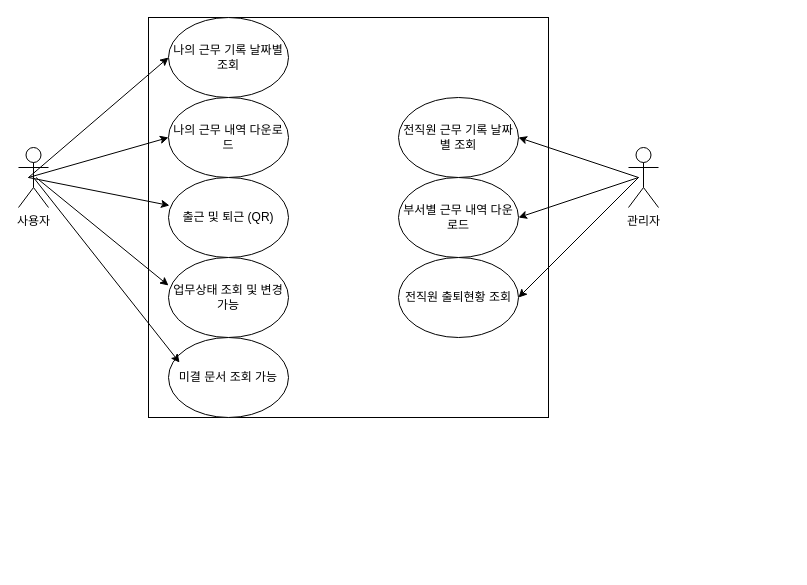
jungtaewoo/psychic-memory keeps this draw.io diagram as 제목 없는 다이어그램.drawio. Above is the earlier version. Source tidied: cells renumbered, new cells numbered last; positions are measured from the earlier drawing's top-left corner, leaving out a move shared by most shapes. Both pictures are drawn from the tidied source at 100%, with x=0, y=0 at pixel (18, 17).
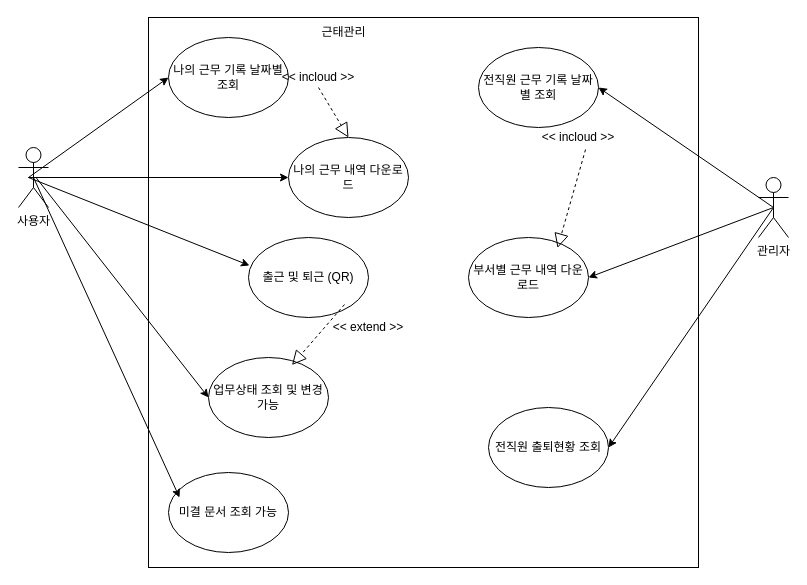
The same diagram, later.

Commit message (it also covers changes not shown here):
제목 없는 다이어그램.drawio 업데이트

The edit, as a diff of the source:
```diff
@@
     <mxCell id="3" style="whiteSpace=wrap;html=1;" parent="1" vertex="1">
-      <mxGeometry x="130" width="400" height="400" as="geometry" />
+      <mxGeometry x="130" width="550" height="550" as="geometry" />
     </mxCell>
     <mxCell id="4" value="나의 근무 기록 날짜별 조회" style="ellipse;whiteSpace=wrap;html=1;" parent="1" vertex="1">
-      <mxGeometry x="150" width="120" height="80" as="geometry" />
+      <mxGeometry x="150" y="20" width="120" height="80" as="geometry" />
     </mxCell>
     <mxCell id="5" value="나의 근무 내역 다운로드" style="ellipse;whiteSpace=wrap;html=1;" parent="1" vertex="1">
-      <mxGeometry x="150" y="80" width="120" height="80" as="geometry" />
+      <mxGeometry x="270" y="120" width="120" height="80" as="geometry" />
     </mxCell>
     <mxCell id="6" value="출근 및 퇴근 (QR)" style="ellipse;whiteSpace=wrap;html=1;" parent="1" vertex="1">
-      <mxGeometry x="150" y="160" width="120" height="80" as="geometry" />
+      <mxGeometry x="230" y="220" width="120" height="80" as="geometry" />
     </mxCell>
     <mxCell id="7" value="업무상태 조회 및 변경 가능" style="ellipse;whiteSpace=wrap;html=1;" parent="1" vertex="1">
-      <mxGeometry x="150" y="240" width="120" height="80" as="geometry" />
+      <mxGeometry x="190" y="340" width="120" height="80" as="geometry" />
     </mxCell>
     <mxCell id="8" value="미결 문서 조회 가능" style="ellipse;whiteSpace=wrap;html=1;" parent="1" vertex="1">
-      <mxGeometry x="150" y="320" width="120" height="80" as="geometry" />
+      <mxGeometry x="150" y="455" width="120" height="80" as="geometry" />
     </mxCell>
@@
-    <mxCell id="10" style="endArrow=classic;html=1;rounded=0;entryX=0.021;entryY=0.35;entryDx=0;entryDy=0;entryPerimeter=0;" parent="1" edge="1">
+    <mxCell id="10" style="endArrow=classic;html=1;rounded=0;entryX=0;entryY=0.5;entryDx=0;entryDy=0;" parent="1" edge="1" target="7">
       <mxGeometry relative="1" as="geometry">
         <mxPoint x="17.5" y="160" as="sourcePoint" />
-        <mxPoint x="150" y="268" as="targetPoint" />
         <Array as="points">
           <mxPoint x="17.5" y="160" />
         </Array>
       </mxGeometry>
     </mxCell>
@@
     <mxCell id="14" value="관리자" style="shape=umlActor;verticalLabelPosition=bottom;verticalAlign=top;html=1;outlineConnect=0;" parent="1" vertex="1">
-      <mxGeometry x="610" y="130" width="30" height="60" as="geometry" />
+      <mxGeometry x="740" y="160" width="30" height="60" as="geometry" />
     </mxCell>
     <mxCell id="15" value="전직원 근무 기록 날짜별 조회" style="ellipse;whiteSpace=wrap;html=1;" parent="1" vertex="1">
-      <mxGeometry x="380" y="80" width="120" height="80" as="geometry" />
+      <mxGeometry x="460" y="30" width="120" height="80" as="geometry" />
     </mxCell>
     <mxCell id="16" value="부서별 근무 내역 다운로드" style="ellipse;whiteSpace=wrap;html=1;" parent="1" vertex="1">
-      <mxGeometry x="380" y="160" width="120" height="80" as="geometry" />
+      <mxGeometry x="450" y="220" width="120" height="80" as="geometry" />
     </mxCell>
     <mxCell id="17" value="전직원 출퇴현황 조회" style="ellipse;whiteSpace=wrap;html=1;" parent="1" vertex="1">
-      <mxGeometry x="380" y="240" width="120" height="80" as="geometry" />
+      <mxGeometry x="470" y="390" width="120" height="80" as="geometry" />
     </mxCell>
-    <mxCell id="18" style="endArrow=classic;html=1;rounded=0;entryX=1;entryY=0.5;entryDx=0;entryDy=0;" parent="1" edge="1" target="17">
-      <mxGeometry relative="1" as="geometry">
-        <mxPoint x="620" y="160" as="sourcePoint" />
-      </mxGeometry>
+    <mxCell id="18" style="endArrow=classic;html=1;rounded=0;entryX=1;entryY=0.5;entryDx=0;entryDy=0;exitX=0.5;exitY=0.5;exitDx=0;exitDy=0;exitPerimeter=0;" parent="1" edge="1" source="14" target="17">
+      <mxGeometry relative="1" as="geometry" />
     </mxCell>
-    <mxCell id="19" style="endArrow=classic;html=1;rounded=0;entryX=1;entryY=0.5;entryDx=0;entryDy=0;" parent="1" edge="1" target="16">
-      <mxGeometry relative="1" as="geometry">
-        <mxPoint x="620" y="160" as="sourcePoint" />
-      </mxGeometry>
+    <mxCell id="19" style="endArrow=classic;html=1;rounded=0;entryX=1;entryY=0.5;entryDx=0;entryDy=0;exitX=0.5;exitY=0.5;exitDx=0;exitDy=0;exitPerimeter=0;" parent="1" edge="1" source="14" target="16">
+      <mxGeometry relative="1" as="geometry" />
     </mxCell>
-    <mxCell id="20" style="endArrow=classic;html=1;rounded=0;entryX=1;entryY=0.5;entryDx=0;entryDy=0;" parent="1" edge="1" target="15">
-      <mxGeometry relative="1" as="geometry">
-        <mxPoint x="620" y="160" as="sourcePoint" />
-      </mxGeometry>
+    <mxCell id="20" style="endArrow=classic;html=1;rounded=0;entryX=1;entryY=0.5;entryDx=0;entryDy=0;exitX=0.5;exitY=0.5;exitDx=0;exitDy=0;exitPerimeter=0;" parent="1" edge="1" source="14" target="15">
+      <mxGeometry relative="1" as="geometry" />
     </mxCell>
+    <mxCell id="21" value="근태관리" style="text;html=1;align=center;verticalAlign=middle;strokeColor=none;fillColor=none;" parent="1" vertex="1">
+      <mxGeometry x="290" width="70" height="30" as="geometry" />
+    </mxCell>
+    <mxCell id="22" value="&amp;lt;&amp;lt; incloud &amp;gt;&amp;gt;" style="text;html=1;align=center;verticalAlign=middle;whiteSpace=wrap;rounded=0;" parent="1" vertex="1">
+      <mxGeometry x="260" y="50" width="80" height="20" as="geometry" />
+    </mxCell>
+    <mxCell id="23" value="&amp;lt;&amp;lt; incloud &amp;gt;&amp;gt;" style="text;html=1;align=center;verticalAlign=middle;whiteSpace=wrap;rounded=0;" parent="1" vertex="1">
+      <mxGeometry x="520" y="110" width="80" height="20" as="geometry" />
+    </mxCell>
+    <mxCell id="24" style="endArrow=block;dashed=1;endFill=0;endSize=12;html=1;rounded=0;exitX=0.8;exitY=0.838;exitDx=0;exitDy=0;exitPerimeter=0;entryX=0.696;entryY=0.094;entryDx=0;entryDy=0;entryPerimeter=0;" parent="1" edge="1" source="6" target="7">
+      <mxGeometry relative="1" as="geometry" />
+    </mxCell>
+    <mxCell id="25" style="endArrow=block;dashed=1;endFill=0;endSize=12;html=1;rounded=0;exitX=0.588;exitY=1.1;exitDx=0;exitDy=0;exitPerimeter=0;entryX=0.742;entryY=0.131;entryDx=0;entryDy=0;entryPerimeter=0;" parent="1" edge="1" source="23" target="16">
+      <mxGeometry relative="1" as="geometry" />
+    </mxCell>
+    <mxCell id="26" style="endArrow=block;dashed=1;endFill=0;endSize=12;html=1;rounded=0;exitX=0.5;exitY=1;exitDx=0;exitDy=0;entryX=0.5;entryY=0;entryDx=0;entryDy=0;" parent="1" edge="1" source="22" target="5">
+      <mxGeometry relative="1" as="geometry" />
+    </mxCell>
+    <mxCell id="27" value="&amp;lt;&amp;lt; extend &amp;gt;&amp;gt;" style="text;html=1;align=center;verticalAlign=middle;whiteSpace=wrap;rounded=0;" parent="1" vertex="1">
+      <mxGeometry x="310" y="300" width="80" height="20" as="geometry" />
+    </mxCell>
```
